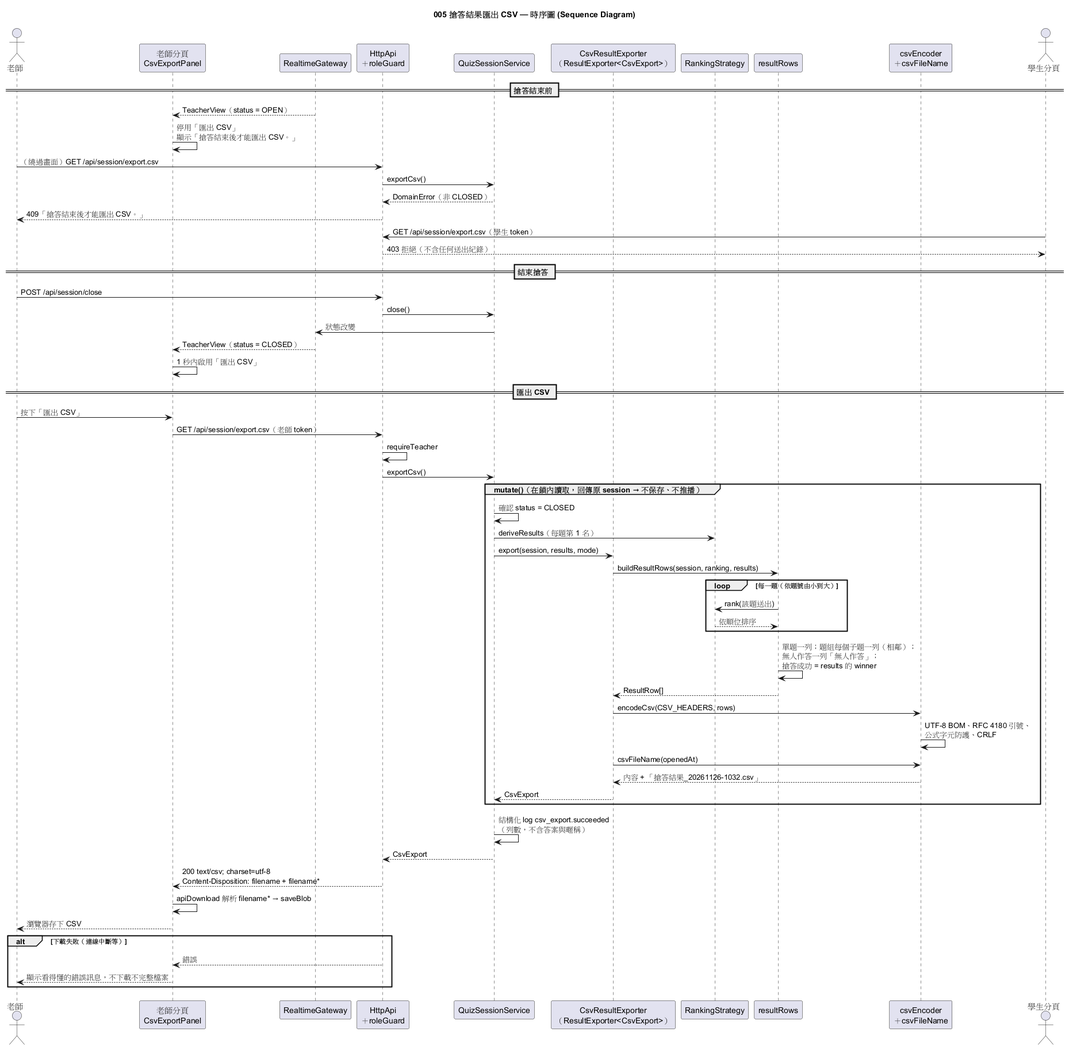
The PlantUML diagram diagrams/005-results-csv-export-sequence.png in kevin20694569/classroom_response_system, before a commit.
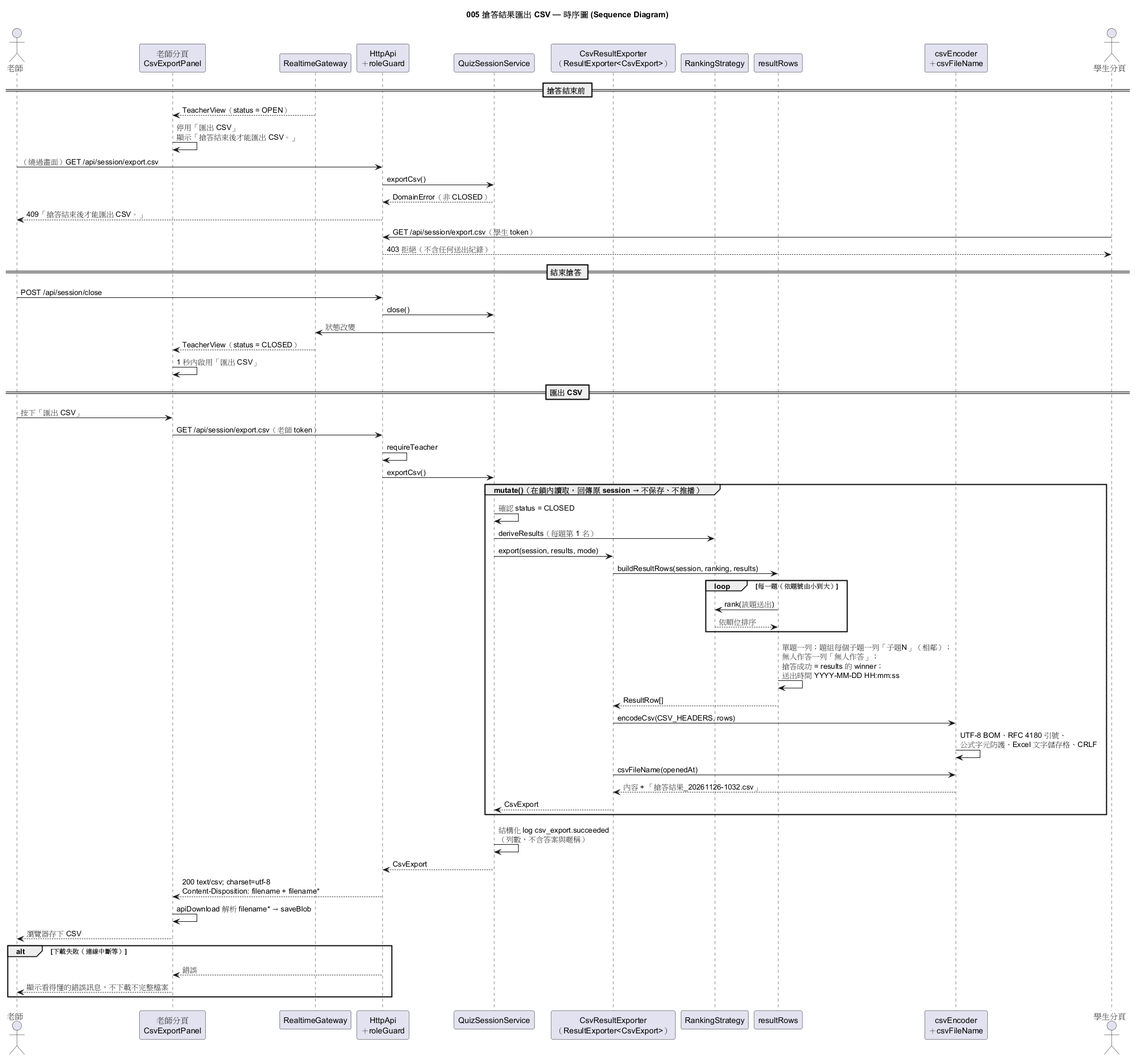
After the change.

Commit message:
docs(005): converge diagrams, spec numbering and plan with Excel fixes

Diff of the diagram source:
```diff
@@ -45,10 +45,10 @@
     Rows -> Rank : rank(該題送出)
     Rank --> Rows : 依順位排序
   end
-  Rows -> Rows : 單題一列；題組每個子題一列（相鄰）；\n無人作答一列「無人作答」；\n搶答成功 = results 的 winner
+  Rows -> Rows : 單題一列；題組每個子題一列「子題N」（相鄰）；\n無人作答一列「無人作答」；\n搶答成功 = results 的 winner；\n送出時間 YYYY-MM-DD HH:mm:ss
   Rows --> Csv : ResultRow[]
   Csv -> Enc : encodeCsv(CSV_HEADERS, rows)
-  Enc -> Enc : UTF-8 BOM、RFC 4180 引號、\n公式字元防護、CRLF
+  Enc -> Enc : UTF-8 BOM、RFC 4180 引號、\n公式字元防護、Excel 文字儲存格、CRLF
   Csv -> Enc : csvFileName(openedAt)
   Enc --> Csv : 內容 + 「搶答結果_20261126-1032.csv」
   Csv --> Svc : CsvExport
```
